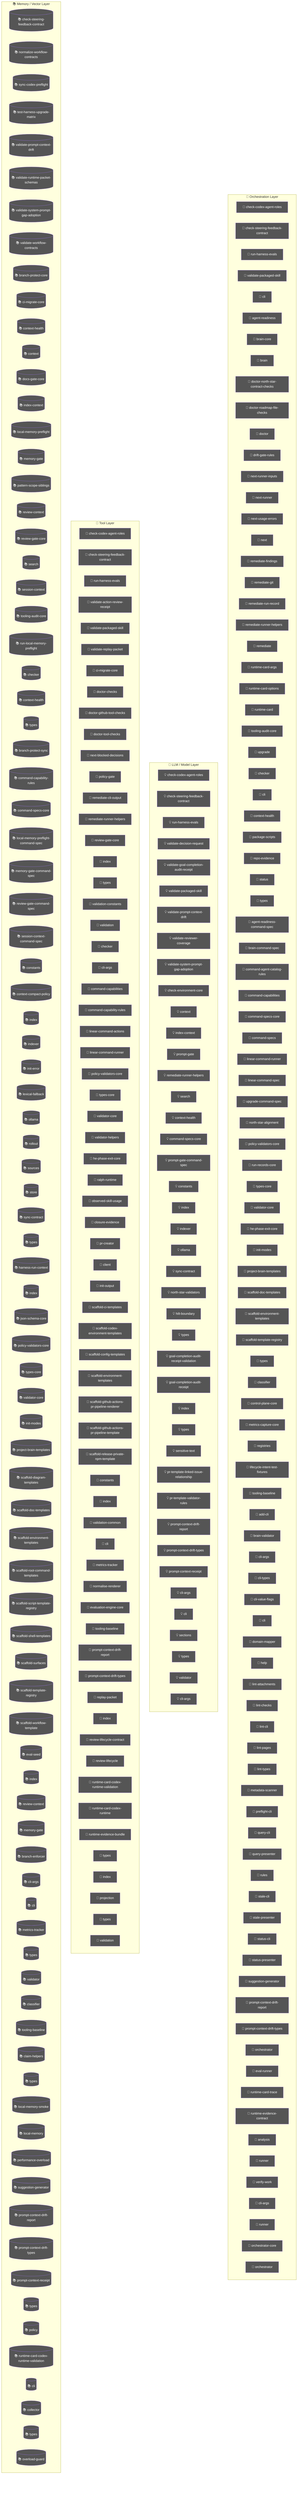
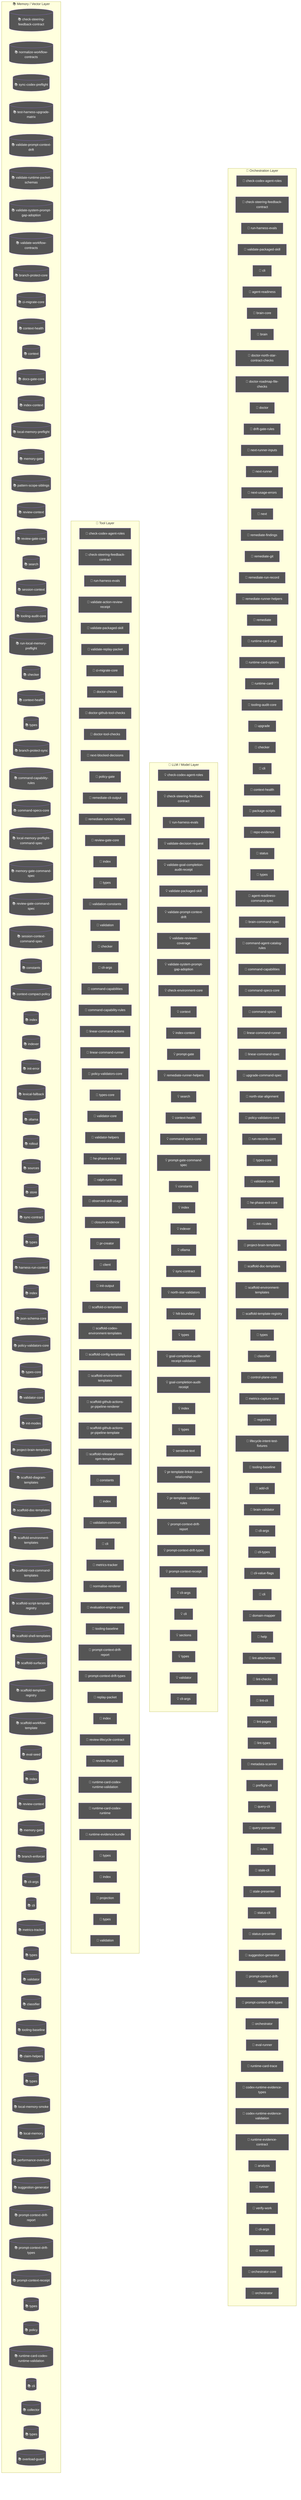
flowchart TD
  subgraph Orchestration["🎯 Orchestration Layer"]
    node_agent_mmd_orchestration_layer_orchestration_chec_7a9f0b64["🤖 check-codex-agent-roles"]
    node_agent_mmd_orchestration_layer_orchestration_chec_7fd47f5c["🤖 check-steering-feedback-contract"]
    node_agent_mmd_orchestration_layer_orchestration_run__18817957["🤖 run-harness-evals"]
    node_agent_mmd_orchestration_layer_orchestration_vali_c01b04be["🤖 validate-packaged-skill"]
    cli_99bb8840["🤖 cli"]
    agent_readiness_c82c68e6["🤖 agent-readiness"]
    brain_core_aa07c380["🤖 brain-core"]
    brain_bbbf7a64["🤖 brain"]
    doctor_north_star_contract_checks_0048124c["🤖 doctor-north-star-contract-checks"]
    doctor_roadmap_file_checks_14447b8e["🤖 doctor-roadmap-file-checks"]
    doctor_72f4be89["🤖 doctor"]
    drift_gate_rules_9685e72d["🤖 drift-gate-rules"]
    next_runner_inputs_754dba64["🤖 next-runner-inputs"]
    next_runner_41643472["🤖 next-runner"]
    next_usage_errors_837a345a["🤖 next-usage-errors"]
    next_c6c1c9a9["🤖 next"]
    remediate_findings_8b09c8c6["🤖 remediate-findings"]
    remediate_git_58c6f6f4["🤖 remediate-git"]
    remediate_run_record_9dfe5dc1["🤖 remediate-run-record"]
    node_agent_mmd_orchestration_layer_orchestration_reme_359fe98f["🤖 remediate-runner-helpers"]
    remediate_06b9c7fc["🤖 remediate"]
    runtime_card_args_2b3d4b28["🤖 runtime-card-args"]
    runtime_card_options_c9156ad5["🤖 runtime-card-options"]
    runtime_card_e06b53e1["🤖 runtime-card"]
    node_agent_mmd_orchestration_layer_orchestration_tool_acfe0c01["🤖 tooling-audit-core"]
    upgrade_7fef9479["🤖 upgrade"]
    node_agent_mmd_orchestration_layer_orchestration_chec_0550c395["🤖 checker"]
    cli_1_084e05fe["🤖 cli"]
    node_agent_mmd_orchestration_layer_orchestration_cont_61b3b9c9["🤖 context-health"]
    package_scripts_3ee6150f["🤖 package-scripts"]
    repo_evidence_38bb1de5["🤖 repo-evidence"]
    status_073c1634["🤖 status"]
    node_agent_mmd_orchestration_layer_orchestration_type_4f906dcc["🤖 types"]
    agent_readiness_command_spec_a30c2c1e["🤖 agent-readiness-command-spec"]
    brain_command_spec_15b122d5["🤖 brain-command-spec"]
    command_agent_catalog_rules_8e06b2af["🤖 command-agent-catalog-rules"]
    node_agent_mmd_orchestration_layer_orchestration_comm_6e41a7f7["🤖 command-capabilities"]
    node_agent_mmd_orchestration_layer_orchestration_comm_1f8cc24c["🤖 command-specs-core"]
    command_specs_69167c63["🤖 command-specs"]
    node_agent_mmd_orchestration_layer_orchestration_line_b67affd5["🤖 linear-command-runner"]
    linear_command_spec_1e12dd44["🤖 linear-command-spec"]
    upgrade_command_spec_03f6c7bd["🤖 upgrade-command-spec"]
    north_star_alignment_00440188["🤖 north-star-alignment"]
    node_agent_mmd_orchestration_layer_orchestration_poli_3270b55d["🤖 policy-validators-core"]
    run_records_core_89286dfa["🤖 run-records-core"]
    node_agent_mmd_orchestration_layer_orchestration_type_7cf81261["🤖 types-core"]
    node_agent_mmd_orchestration_layer_orchestration_vali_d9fe99e6["🤖 validator-core"]
    node_agent_mmd_orchestration_layer_orchestration_he_p_fc778c24["🤖 he-phase-exit-core"]
    node_agent_mmd_orchestration_layer_orchestration_init_2a9c3ecb["🤖 init-modes"]
    node_agent_mmd_orchestration_layer_orchestration_proj_6ab6f60f["🤖 project-brain-templates"]
    node_agent_mmd_orchestration_layer_orchestration_scaf_12cc07db["🤖 scaffold-doc-templates"]
    node_agent_mmd_orchestration_layer_orchestration_scaf_c9a90c2f["🤖 scaffold-environment-templates"]
    node_agent_mmd_orchestration_layer_orchestration_scaf_ff8f92f6["🤖 scaffold-template-registry"]
    types_16_0fae1112["🤖 types"]
    node_agent_mmd_orchestration_layer_orchestration_clas_899b821a["🤖 classifier"]
    control_plane_core_db3b4cb2["🤖 control-plane-core"]
    metrics_capture_core_db4bf7cf["🤖 metrics-capture-core"]
    registries_06402afa["🤖 registries"]
    lifecycle_intent_test_fixtures_a53c7ada["🤖 lifecycle-intent-test-fixtures"]
    node_agent_mmd_orchestration_layer_orchestration_tool_cc43149f["🤖 tooling-baseline"]
    add_cli_7614de25["🤖 add-cli"]
    brain_validator_be251832["🤖 brain-validator"]
    cli_args_8_d546936e["🤖 cli-args"]
    cli_types_1686e858["🤖 cli-types"]
    cli_value_flags_732a8e43["🤖 cli-value-flags"]
    cli_9_b54c1407["🤖 cli"]
    domain_mapper_cd9333d2["🤖 domain-mapper"]
    help_106a5842["🤖 help"]
    lint_attachments_873c0632["🤖 lint-attachments"]
    lint_checks_83522b19["🤖 lint-checks"]
    lint_cli_9ec62ec0["🤖 lint-cli"]
    lint_pages_e33301d0["🤖 lint-pages"]
    lint_types_2862c255["🤖 lint-types"]
    metadata_scanner_6a101b66["🤖 metadata-scanner"]
    preflight_cli_5d148379["🤖 preflight-cli"]
    query_cli_b95be64d["🤖 query-cli"]
    query_presenter_02e6077c["🤖 query-presenter"]
    rules_6c621d1a["🤖 rules"]
    stale_cli_64548720["🤖 stale-cli"]
    stale_presenter_1de4e3a2["🤖 stale-presenter"]
    status_cli_4c24a0d6["🤖 status-cli"]
    status_presenter_8de686c1["🤖 status-presenter"]
    node_agent_mmd_orchestration_layer_orchestration_sugg_85c5ebe3["🤖 suggestion-generator"]
    node_agent_mmd_orchestration_layer_orchestration_prom_d17b4de2["🤖 prompt-context-drift-report"]
    node_agent_mmd_orchestration_layer_orchestration_prom_77088997["🤖 prompt-context-drift-types"]
    orchestrator_11376b7e["🤖 orchestrator"]
    eval_runner_0966a6b3["🤖 eval-runner"]
    runtime_card_trace_64a5ca95["🤖 runtime-card-trace"]
+     codex_runtime_evidence_types_f55808dd["🤖 codex-runtime-evidence-types"]
+     codex_runtime_evidence_validation_d060a92d["🤖 codex-runtime-evidence-validation"]
    runtime_evidence_contract_0f7b15b2["🤖 runtime-evidence-contract"]
    analysis_f44e85c4["🤖 analysis"]
    runner_527aa9f4["🤖 runner"]
    verify_work_1_cd8e7ec3["🤖 verify-work"]
    cli_args_14_3481043e["🤖 cli-args"]
    runner_1_6f281bf8["🤖 runner"]
    orchestrator_core_d0678b53["🤖 orchestrator-core"]
    orchestrator_1_6b7137c5["🤖 orchestrator"]
  end
  subgraph LLMLayer["🧠 LLM / Model Layer"]
    node_agent_mmd_llm_model_layer_llmlayer_check_codex_a_29e7b7fa["💡 check-codex-agent-roles"]
    node_agent_mmd_llm_model_layer_llmlayer_check_steerin_0e1bf90d["💡 check-steering-feedback-contract"]
    node_agent_mmd_llm_model_layer_llmlayer_run_harness_e_603fcfdc["💡 run-harness-evals"]
    validate_decision_request_2e5c325e["💡 validate-decision-request"]
    validate_goal_completion_audit_receipt_100d252c["💡 validate-goal-completion-audit-receipt"]
    node_agent_mmd_llm_model_layer_llmlayer_validate_pack_2a12e1f4["💡 validate-packaged-skill"]
    node_agent_mmd_llm_model_layer_llmlayer_validate_prom_9880f764["💡 validate-prompt-context-drift"]
    validate_reviewer_coverage_251efee3["💡 validate-reviewer-coverage"]
    node_agent_mmd_llm_model_layer_llmlayer_validate_syst_5636156e["💡 validate-system-prompt-gap-adoption"]
    check_environment_core_2c16213f["💡 check-environment-core"]
    node_agent_mmd_llm_model_layer_llmlayer_context_conte_ad2dfbd9["💡 context"]
    node_agent_mmd_llm_model_layer_llmlayer_index_context_1041bd11["💡 index-context"]
    prompt_gate_c5e9d207["💡 prompt-gate"]
    node_agent_mmd_llm_model_layer_llmlayer_remediate_run_9e3d4585["💡 remediate-runner-helpers"]
    node_agent_mmd_llm_model_layer_llmlayer_search_search_66b9a911["💡 search"]
    node_agent_mmd_llm_model_layer_llmlayer_context_healt_cfc0bfa8["💡 context-health"]
    node_agent_mmd_llm_model_layer_llmlayer_command_specs_782af9fa["💡 command-specs-core"]
    prompt_gate_command_spec_9a941482["💡 prompt-gate-command-spec"]
    node_agent_mmd_llm_model_layer_llmlayer_constants_con_c9bd3f6c["💡 constants"]
    node_agent_mmd_llm_model_layer_llmlayer_index_index_1_02e160ff["💡 index"]
    node_agent_mmd_llm_model_layer_llmlayer_indexer_index_4f4deef5["💡 indexer"]
    node_agent_mmd_llm_model_layer_llmlayer_ollama_ollama_968b23fa["💡 ollama"]
    node_agent_mmd_llm_model_layer_llmlayer_sync_contract_9f3cc8c1["💡 sync-contract"]
    north_star_validators_cfc926ce["💡 north-star-validators"]
    hilt_boundary_9b36fb15["💡 hilt-boundary"]
    types_10_75e5a4a0["💡 types"]
    goal_completion_audit_receipt_validation_9d0f4891["💡 goal-completion-audit-receipt-validation"]
    goal_completion_audit_receipt_5e4939c3["💡 goal-completion-audit-receipt"]
    index_5_522f772a["💡 index"]
    node_agent_mmd_llm_model_layer_llmlayer_constants_con_c9bd3f6c["💡 constants"]
    types_17_ed30531c["💡 types"]
    sensitive_text_7c11f760["💡 sensitive-text"]
    pr_template_linked_issue_relationship_a7b61f2c["💡 pr-template-linked-issue-relationship"]
    pr_template_validator_rules_20a32d6b["💡 pr-template-validator-rules"]
    node_agent_mmd_llm_model_layer_llmlayer_index_index_1_02e160ff["💡 index"]
    node_agent_mmd_llm_model_layer_llmlayer_prompt_contex_81f9066a["💡 prompt-context-drift-report"]
    node_agent_mmd_llm_model_layer_llmlayer_prompt_contex_e5066b88["💡 prompt-context-drift-types"]
    node_agent_mmd_llm_model_layer_llmlayer_index_index_1_02e160ff["💡 index"]
    node_agent_mmd_llm_model_layer_llmlayer_prompt_contex_6426acc2["💡 prompt-context-receipt"]
    cli_args_9_9c136878["💡 cli-args"]
    cli_10_35dc8cbd["💡 cli"]
    sections_4697ef32["💡 sections"]
    types_27_4d134744["💡 types"]
    validator_7_f836eb0e["💡 validator"]
    cli_args_10_861cdd3f["💡 cli-args"]
  end
  subgraph ToolLayer["🔧 Tool Layer"]
    node_agent_mmd_tool_layer_toollayer_check_codex_agent_4b361d5a["🔧 check-codex-agent-roles"]
    node_agent_mmd_tool_layer_toollayer_check_steering_fe_eafecf3a["🔧 check-steering-feedback-contract"]
    node_agent_mmd_tool_layer_toollayer_run_harness_evals_e2ee24f1["🔧 run-harness-evals"]
    validate_action_review_receipt_fa2f06c3["🔧 validate-action-review-receipt"]
    node_agent_mmd_tool_layer_toollayer_validate_packaged_2855c827["🔧 validate-packaged-skill"]
    validate_replay_packet_f309747e["🔧 validate-replay-packet"]
    node_agent_mmd_tool_layer_toollayer_ci_migrate_core_c_049f8460["🔧 ci-migrate-core"]
    doctor_checks_5a2eb2b9["🔧 doctor-checks"]
    doctor_github_tool_checks_a53b0382["🔧 doctor-github-tool-checks"]
    doctor_tool_checks_4acac51a["🔧 doctor-tool-checks"]
    next_blocked_decisions_4140ad2b["🔧 next-blocked-decisions"]
    policy_gate_213f7313["🔧 policy-gate"]
    remediate_cli_output_cc165396["🔧 remediate-cli-output"]
    node_agent_mmd_tool_layer_toollayer_remediate_runner__c003b871["🔧 remediate-runner-helpers"]
    node_agent_mmd_tool_layer_toollayer_review_gate_core__7704598b["🔧 review-gate-core"]
    index_1bc04b52["🔧 index"]
    types_1_4ecdf56e["🔧 types"]
    validation_constants_e002a0f6["🔧 validation-constants"]
    validation_98c41dcd["🔧 validation"]
    node_agent_mmd_tool_layer_toollayer_checker_checker_2_453d593b["🔧 checker"]
    cli_args_1_6144b055["🔧 cli-args"]
    node_agent_mmd_tool_layer_toollayer_command_capabilit_7fe13db1["🔧 command-capabilities"]
    node_agent_mmd_tool_layer_toollayer_command_capabilit_e97a4615["🔧 command-capability-rules"]
    linear_command_actions_e430f4f4["🔧 linear-command-actions"]
    node_agent_mmd_tool_layer_toollayer_linear_command_ru_d6763748["🔧 linear-command-runner"]
    node_agent_mmd_tool_layer_toollayer_policy_validators_af136abf["🔧 policy-validators-core"]
    node_agent_mmd_tool_layer_toollayer_types_core_types__6c8319b6["🔧 types-core"]
    node_agent_mmd_tool_layer_toollayer_validator_core_va_6ef6131f["🔧 validator-core"]
    validator_helpers_7b927667["🔧 validator-helpers"]
    node_agent_mmd_tool_layer_toollayer_he_phase_exit_cor_af016160["🔧 he-phase-exit-core"]
    ralph_runtime_73d63c0e["🔧 ralph-runtime"]
    observed_skill_usage_ed7d5930["🔧 observed-skill-usage"]
    closure_evidence_aaa31467["🔧 closure-evidence"]
    pr_creator_dc6b1ea4["🔧 pr-creator"]
    client_948fe603["🔧 client"]
    init_output_360dce91["🔧 init-output"]
    scaffold_ci_templates_2afd6392["🔧 scaffold-ci-templates"]
    scaffold_codex_environment_templates_334fbbed["🔧 scaffold-codex-environment-templates"]
    scaffold_config_templates_4b80ce53["🔧 scaffold-config-templates"]
    node_agent_mmd_tool_layer_toollayer_scaffold_environm_c1afc013["🔧 scaffold-environment-templates"]
    scaffold_github_actions_pr_pipeline_renderer_1ee18de5["🔧 scaffold-github-actions-pr-pipeline-renderer"]
    scaffold_github_actions_pr_pipeline_template_e2b85f62["🔧 scaffold-github-actions-pr-pipeline-template"]
    scaffold_release_private_npm_template_075499f8["🔧 scaffold-release-private-npm-template"]
    node_agent_mmd_tool_layer_toollayer_constants_constan_9d71b829["🔧 constants"]
    index_9_32dd4d91["🔧 index"]
    validation_common_6161e48b["🔧 validation-common"]
    node_agent_mmd_tool_layer_toollayer_cli_cli_2_1_32d9eeaf["🔧 cli"]
    node_agent_mmd_tool_layer_toollayer_metrics_tracker_m_4c9237d8["🔧 metrics-tracker"]
    normalise_renderer_85f2e563["🔧 normalise-renderer"]
    evaluation_engine_core_e054fe49["🔧 evaluation-engine-core"]
    node_agent_mmd_tool_layer_toollayer_tooling_baseline__61e66e9f["🔧 tooling-baseline"]
    node_agent_mmd_tool_layer_toollayer_prompt_context_dr_a2772f2b["🔧 prompt-context-drift-report"]
    node_agent_mmd_tool_layer_toollayer_prompt_context_dr_bd82da46["🔧 prompt-context-drift-types"]
    replay_packet_a1293f88["🔧 replay-packet"]
    index_14_d982116c["🔧 index"]
    review_lifecycle_contract_e5447221["🔧 review-lifecycle-contract"]
    review_lifecycle_89afa64c["🔧 review-lifecycle"]
    node_agent_mmd_tool_layer_toollayer_runtime_card_code_3636ceac["🔧 runtime-card-codex-runtime-validation"]
    runtime_card_codex_runtime_0655e230["🔧 runtime-card-codex-runtime"]
    runtime_evidence_bundle_d471a232["🔧 runtime-evidence-bundle"]
    types_36_674380ec["🔧 types"]
    index_17_642943a2["🔧 index"]
    projection_1b250ea1["🔧 projection"]
    types_38_e8efcd57["🔧 types"]
    validation_7_c4e6d8b6["🔧 validation"]
  end
  subgraph MemoryLayer["📚 Memory / Vector Layer"]
    node_agent_mmd_memory_vector_layer_memorylayer_check__64c86928[("📚 check-steering-feedback-contract")]
    normalize_workflow_contracts_8701f1c8[("📚 normalize-workflow-contracts")]
    sync_codex_preflight_7e7a8dc2[("📚 sync-codex-preflight")]
    test_harness_upgrade_matrix_84113c4e[("📚 test-harness-upgrade-matrix")]
    node_agent_mmd_memory_vector_layer_memorylayer_valida_c52c4db8[("📚 validate-prompt-context-drift")]
    validate_runtime_packet_schemas_bc3ba8ec[("📚 validate-runtime-packet-schemas")]
    node_agent_mmd_memory_vector_layer_memorylayer_valida_db599a97[("📚 validate-system-prompt-gap-adoption")]
    validate_workflow_contracts_33dc063c[("📚 validate-workflow-contracts")]
    branch_protect_core_a8feb0fd[("📚 branch-protect-core")]
    node_agent_mmd_memory_vector_layer_memorylayer_ci_mig_0cd5b1a4[("📚 ci-migrate-core")]
    context_health_80bb7da9[("📚 context-health")]
    node_agent_mmd_memory_vector_layer_memorylayer_contex_78ceaaa9[("📚 context")]
    docs_gate_core_eb9b6c18[("📚 docs-gate-core")]
    node_agent_mmd_memory_vector_layer_memorylayer_index__6f3402d0[("📚 index-context")]
    local_memory_preflight_dcc36c42[("📚 local-memory-preflight")]
    memory_gate_a577a506[("📚 memory-gate")]
    pattern_scope_siblings_43abe000[("📚 pattern-scope-siblings")]
    review_context_ca6cf81d[("📚 review-context")]
    node_agent_mmd_memory_vector_layer_memorylayer_review_5bee9816[("📚 review-gate-core")]
    node_agent_mmd_memory_vector_layer_memorylayer_search_ac35cb7e[("📚 search")]
    session_context_e5ec72c0[("📚 session-context")]
    node_agent_mmd_memory_vector_layer_memorylayer_toolin_a1185b8f[("📚 tooling-audit-core")]
    run_local_memory_preflight_36e92808[("📚 run-local-memory-preflight")]
    node_agent_mmd_memory_vector_layer_memorylayer_checke_a583eb4f[("📚 checker")]
    node_agent_mmd_memory_vector_layer_memorylayer_contex_3204aa0e[("📚 context-health")]
    node_agent_mmd_memory_vector_layer_memorylayer_types__9ad640a0[("📚 types")]
    branch_protect_sync_570adb18[("📚 branch-protect-sync")]
    node_agent_mmd_memory_vector_layer_memorylayer_comman_c72a5d05[("📚 command-capability-rules")]
    node_agent_mmd_memory_vector_layer_memorylayer_comman_111eb454[("📚 command-specs-core")]
    local_memory_preflight_command_spec_9e23f3ce[("📚 local-memory-preflight-command-spec")]
    memory_gate_command_spec_dc9001a9[("📚 memory-gate-command-spec")]
    review_gate_command_spec_3187376a[("📚 review-gate-command-spec")]
    session_context_command_spec_973afbb1[("📚 session-context-command-spec")]
    node_agent_mmd_memory_vector_layer_memorylayer_consta_702d3f46[("📚 constants")]
    context_compact_policy_3dcaf95d[("📚 context-compact-policy")]
    node_agent_mmd_memory_vector_layer_memorylayer_index__752bc61e[("📚 index")]
    node_agent_mmd_memory_vector_layer_memorylayer_indexe_93e6d86f[("📚 indexer")]
    init_error_5c7dd49f[("📚 init-error")]
    lexical_fallback_723e2b3e[("📚 lexical-fallback")]
    node_agent_mmd_memory_vector_layer_memorylayer_ollama_6d51be16[("📚 ollama")]
    rollout_a4fa034c[("📚 rollout")]
    sources_878a52fc[("📚 sources")]
    store_824d80d7[("📚 store")]
    node_agent_mmd_memory_vector_layer_memorylayer_sync_c_e43418bc[("📚 sync-contract")]
    types_8_f6283648[("📚 types")]
    harness_run_context_ac7c77a9[("📚 harness-run-context")]
    index_4_013aa0e3[("📚 index")]
    json_schema_core_96d7e328[("📚 json-schema-core")]
    node_agent_mmd_memory_vector_layer_memorylayer_policy_1944de42[("📚 policy-validators-core")]
    node_agent_mmd_memory_vector_layer_memorylayer_types__83f369fa[("📚 types-core")]
    node_agent_mmd_memory_vector_layer_memorylayer_valida_41034356[("📚 validator-core")]
    node_agent_mmd_memory_vector_layer_memorylayer_init_m_333d02c5[("📚 init-modes")]
    node_agent_mmd_memory_vector_layer_memorylayer_projec_3ae304d9[("📚 project-brain-templates")]
    scaffold_diagram_templates_dd88e83c[("📚 scaffold-diagram-templates")]
    node_agent_mmd_memory_vector_layer_memorylayer_scaffo_5fd73b94[("📚 scaffold-doc-templates")]
    node_agent_mmd_memory_vector_layer_memorylayer_scaffo_12b42341[("📚 scaffold-environment-templates")]
    scaffold_root_command_templates_404fed7f[("📚 scaffold-root-command-templates")]
    scaffold_script_template_registry_69312d4e[("📚 scaffold-script-template-registry")]
    scaffold_shell_templates_0ad0f915[("📚 scaffold-shell-templates")]
    scaffold_surfaces_12d6494e[("📚 scaffold-surfaces")]
    node_agent_mmd_memory_vector_layer_memorylayer_scaffo_a86eece1[("📚 scaffold-template-registry")]
    scaffold_workflow_template_92310587[("📚 scaffold-workflow-template")]
    eval_seed_5699fd3e[("📚 eval-seed")]
    index_10_f6785a46[("📚 index")]
    review_context_1_e3afed15[("📚 review-context")]
    memory_gate_1_265164ac[("📚 memory-gate")]
    branch_enforcer_acb749cd[("📚 branch-enforcer")]
    cli_args_5_09ea29f0[("📚 cli-args")]
    node_agent_mmd_memory_vector_layer_memorylayer_cli_cl_1f1f89ab[("📚 cli")]
    node_agent_mmd_memory_vector_layer_memorylayer_metric_12562178[("📚 metrics-tracker")]
    types_19_eb4ad5f0[("📚 types")]
    validator_5_b19ac2be[("📚 validator")]
    node_agent_mmd_memory_vector_layer_memorylayer_classi_1ebbf5ff[("📚 classifier")]
    node_agent_mmd_memory_vector_layer_memorylayer_toolin_14f86b00[("📚 tooling-baseline")]
    claim_helpers_20dc8387[("📚 claim-helpers")]
    types_24_c63dc1a7[("📚 types")]
    local_memory_smoke_1175abfc[("📚 local-memory-smoke")]
    local_memory_0db17ecc[("📚 local-memory")]
    performance_overload_c685bfcf[("📚 performance-overload")]
    node_agent_mmd_memory_vector_layer_memorylayer_sugges_267f408d[("📚 suggestion-generator")]
    node_agent_mmd_memory_vector_layer_memorylayer_index__752bc61e[("📚 index")]
    node_agent_mmd_memory_vector_layer_memorylayer_prompt_ae34fc43[("📚 prompt-context-drift-report")]
    node_agent_mmd_memory_vector_layer_memorylayer_prompt_efd77624[("📚 prompt-context-drift-types")]
    node_agent_mmd_memory_vector_layer_memorylayer_index__752bc61e[("📚 index")]
    node_agent_mmd_memory_vector_layer_memorylayer_prompt_55c0d605[("📚 prompt-context-receipt")]
    types_31_eb363e20[("📚 types")]
    policy_1_fc4198db[("📚 policy")]
    node_agent_mmd_memory_vector_layer_memorylayer_runtim_a5d23e7f[("📚 runtime-card-codex-runtime-validation")]
    cli_11_338a8415[("📚 cli")]
    collector_0736fd5b[("📚 collector")]
    types_34_85e6a0bb[("📚 types")]
    overload_guard_2748c559[("📚 overload-guard")]
  end
  classDef agentNode fill:#555,color:#fff
-   class node_agent_mmd_orchestration_layer_orchestration_chec_7a9f0b64,node_agent_mmd_llm_model_layer_llmlayer_check_codex_a_29e7b7fa,node_agent_mmd_tool_layer_toollayer_check_codex_agent_4b361d5a,node_agent_mmd_orchestration_layer_orchestration_chec_7fd47f5c,node_agent_mmd_llm_model_layer_llmlayer_check_steerin_0e1bf90d,node_agent_mmd_tool_layer_toollayer_check_steering_fe_eafecf3a,node_agent_mmd_memory_vector_layer_memorylayer_check__64c86928,node_agent_mmd_orchestration_layer_orchestration_run__18817957,node_agent_mmd_llm_model_layer_llmlayer_run_harness_e_603fcfdc,node_agent_mmd_tool_layer_toollayer_run_harness_evals_e2ee24f1,node_agent_mmd_orchestration_layer_orchestration_vali_c01b04be,node_agent_mmd_llm_model_layer_llmlayer_validate_pack_2a12e1f4,node_agent_mmd_tool_layer_toollayer_validate_packaged_2855c827,cli_99bb8840,agent_readiness_c82c68e6,brain_core_aa07c380,brain_bbbf7a64,doctor_north_star_contract_checks_0048124c,doctor_roadmap_file_checks_14447b8e,doctor_72f4be89,drift_gate_rules_9685e72d,next_runner_inputs_754dba64,next_runner_41643472,next_usage_errors_837a345a,next_c6c1c9a9,remediate_findings_8b09c8c6,remediate_git_58c6f6f4,remediate_run_record_9dfe5dc1,node_agent_mmd_orchestration_layer_orchestration_reme_359fe98f,node_agent_mmd_llm_model_layer_llmlayer_remediate_run_9e3d4585,node_agent_mmd_tool_layer_toollayer_remediate_runner__c003b871,remediate_06b9c7fc,runtime_card_args_2b3d4b28,runtime_card_options_c9156ad5,runtime_card_e06b53e1,node_agent_mmd_orchestration_layer_orchestration_tool_acfe0c01,node_agent_mmd_memory_vector_layer_memorylayer_toolin_a1185b8f,upgrade_7fef9479,node_agent_mmd_orchestration_layer_orchestration_chec_0550c395,node_agent_mmd_tool_layer_toollayer_checker_checker_2_453d593b,node_agent_mmd_memory_vector_layer_memorylayer_checke_a583eb4f,cli_1_084e05fe,node_agent_mmd_orchestration_layer_orchestration_cont_61b3b9c9,node_agent_mmd_llm_model_layer_llmlayer_context_healt_cfc0bfa8,node_agent_mmd_memory_vector_layer_memorylayer_contex_3204aa0e,package_scripts_3ee6150f,repo_evidence_38bb1de5,status_073c1634,node_agent_mmd_orchestration_layer_orchestration_type_4f906dcc,node_agent_mmd_memory_vector_layer_memorylayer_types__9ad640a0,agent_readiness_command_spec_a30c2c1e,brain_command_spec_15b122d5,command_agent_catalog_rules_8e06b2af,node_agent_mmd_orchestration_layer_orchestration_comm_6e41a7f7,node_agent_mmd_tool_layer_toollayer_command_capabilit_7fe13db1,node_agent_mmd_orchestration_layer_orchestration_comm_1f8cc24c,node_agent_mmd_llm_model_layer_llmlayer_command_specs_782af9fa,node_agent_mmd_memory_vector_layer_memorylayer_comman_111eb454,command_specs_69167c63,node_agent_mmd_orchestration_layer_orchestration_line_b67affd5,node_agent_mmd_tool_layer_toollayer_linear_command_ru_d6763748,linear_command_spec_1e12dd44,upgrade_command_spec_03f6c7bd,north_star_alignment_00440188,node_agent_mmd_orchestration_layer_orchestration_poli_3270b55d,node_agent_mmd_tool_layer_toollayer_policy_validators_af136abf,node_agent_mmd_memory_vector_layer_memorylayer_policy_1944de42,run_records_core_89286dfa,node_agent_mmd_orchestration_layer_orchestration_type_7cf81261,node_agent_mmd_tool_layer_toollayer_types_core_types__6c8319b6,node_agent_mmd_memory_vector_layer_memorylayer_types__83f369fa,node_agent_mmd_orchestration_layer_orchestration_vali_d9fe99e6,node_agent_mmd_tool_layer_toollayer_validator_core_va_6ef6131f,node_agent_mmd_memory_vector_layer_memorylayer_valida_41034356,node_agent_mmd_orchestration_layer_orchestration_he_p_fc778c24,node_agent_mmd_tool_layer_toollayer_he_phase_exit_cor_af016160,node_agent_mmd_orchestration_layer_orchestration_init_2a9c3ecb,node_agent_mmd_memory_vector_layer_memorylayer_init_m_333d02c5,node_agent_mmd_orchestration_layer_orchestration_proj_6ab6f60f,node_agent_mmd_memory_vector_layer_memorylayer_projec_3ae304d9,node_agent_mmd_orchestration_layer_orchestration_scaf_12cc07db,node_agent_mmd_memory_vector_layer_memorylayer_scaffo_5fd73b94,node_agent_mmd_orchestration_layer_orchestration_scaf_c9a90c2f,node_agent_mmd_tool_layer_toollayer_scaffold_environm_c1afc013,node_agent_mmd_memory_vector_layer_memorylayer_scaffo_12b42341,node_agent_mmd_orchestration_layer_orchestration_scaf_ff8f92f6,node_agent_mmd_memory_vector_layer_memorylayer_scaffo_a86eece1,types_16_0fae1112,node_agent_mmd_orchestration_layer_orchestration_clas_899b821a,node_agent_mmd_memory_vector_layer_memorylayer_classi_1ebbf5ff,control_plane_core_db3b4cb2,metrics_capture_core_db4bf7cf,registries_06402afa,lifecycle_intent_test_fixtures_a53c7ada,node_agent_mmd_orchestration_layer_orchestration_tool_cc43149f,node_agent_mmd_tool_layer_toollayer_tooling_baseline__61e66e9f,node_agent_mmd_memory_vector_layer_memorylayer_toolin_14f86b00,add_cli_7614de25,brain_validator_be251832,cli_args_8_d546936e,cli_types_1686e858,cli_value_flags_732a8e43,cli_9_b54c1407,domain_mapper_cd9333d2,help_106a5842,lint_attachments_873c0632,lint_checks_83522b19,lint_cli_9ec62ec0,lint_pages_e33301d0,lint_types_2862c255,metadata_scanner_6a101b66,preflight_cli_5d148379,query_cli_b95be64d,query_presenter_02e6077c,rules_6c621d1a,stale_cli_64548720,stale_presenter_1de4e3a2,status_cli_4c24a0d6,status_presenter_8de686c1,node_agent_mmd_orchestration_layer_orchestration_sugg_85c5ebe3,node_agent_mmd_memory_vector_layer_memorylayer_sugges_267f408d,node_agent_mmd_orchestration_layer_orchestration_prom_d17b4de2,node_agent_mmd_llm_model_layer_llmlayer_prompt_contex_81f9066a,node_agent_mmd_tool_layer_toollayer_prompt_context_dr_a2772f2b,node_agent_mmd_memory_vector_layer_memorylayer_prompt_ae34fc43,node_agent_mmd_orchestration_layer_orchestration_prom_77088997,node_agent_mmd_llm_model_layer_llmlayer_prompt_contex_e5066b88,node_agent_mmd_tool_layer_toollayer_prompt_context_dr_bd82da46,node_agent_mmd_memory_vector_layer_memorylayer_prompt_efd77624,orchestrator_11376b7e,eval_runner_0966a6b3,runtime_card_trace_64a5ca95,runtime_evidence_contract_0f7b15b2,analysis_f44e85c4,runner_527aa9f4,verify_work_1_cd8e7ec3,cli_args_14_3481043e,runner_1_6f281bf8,orchestrator_core_d0678b53,orchestrator_1_6b7137c5 agentNode
+   class node_agent_mmd_orchestration_layer_orchestration_chec_7a9f0b64,node_agent_mmd_llm_model_layer_llmlayer_check_codex_a_29e7b7fa,node_agent_mmd_tool_layer_toollayer_check_codex_agent_4b361d5a,node_agent_mmd_orchestration_layer_orchestration_chec_7fd47f5c,node_agent_mmd_llm_model_layer_llmlayer_check_steerin_0e1bf90d,node_agent_mmd_tool_layer_toollayer_check_steering_fe_eafecf3a,node_agent_mmd_memory_vector_layer_memorylayer_check__64c86928,node_agent_mmd_orchestration_layer_orchestration_run__18817957,node_agent_mmd_llm_model_layer_llmlayer_run_harness_e_603fcfdc,node_agent_mmd_tool_layer_toollayer_run_harness_evals_e2ee24f1,node_agent_mmd_orchestration_layer_orchestration_vali_c01b04be,node_agent_mmd_llm_model_layer_llmlayer_validate_pack_2a12e1f4,node_agent_mmd_tool_layer_toollayer_validate_packaged_2855c827,cli_99bb8840,agent_readiness_c82c68e6,brain_core_aa07c380,brain_bbbf7a64,doctor_north_star_contract_checks_0048124c,doctor_roadmap_file_checks_14447b8e,doctor_72f4be89,drift_gate_rules_9685e72d,next_runner_inputs_754dba64,next_runner_41643472,next_usage_errors_837a345a,next_c6c1c9a9,remediate_findings_8b09c8c6,remediate_git_58c6f6f4,remediate_run_record_9dfe5dc1,node_agent_mmd_orchestration_layer_orchestration_reme_359fe98f,node_agent_mmd_llm_model_layer_llmlayer_remediate_run_9e3d4585,node_agent_mmd_tool_layer_toollayer_remediate_runner__c003b871,remediate_06b9c7fc,runtime_card_args_2b3d4b28,runtime_card_options_c9156ad5,runtime_card_e06b53e1,node_agent_mmd_orchestration_layer_orchestration_tool_acfe0c01,node_agent_mmd_memory_vector_layer_memorylayer_toolin_a1185b8f,upgrade_7fef9479,node_agent_mmd_orchestration_layer_orchestration_chec_0550c395,node_agent_mmd_tool_layer_toollayer_checker_checker_2_453d593b,node_agent_mmd_memory_vector_layer_memorylayer_checke_a583eb4f,cli_1_084e05fe,node_agent_mmd_orchestration_layer_orchestration_cont_61b3b9c9,node_agent_mmd_llm_model_layer_llmlayer_context_healt_cfc0bfa8,node_agent_mmd_memory_vector_layer_memorylayer_contex_3204aa0e,package_scripts_3ee6150f,repo_evidence_38bb1de5,status_073c1634,node_agent_mmd_orchestration_layer_orchestration_type_4f906dcc,node_agent_mmd_memory_vector_layer_memorylayer_types__9ad640a0,agent_readiness_command_spec_a30c2c1e,brain_command_spec_15b122d5,command_agent_catalog_rules_8e06b2af,node_agent_mmd_orchestration_layer_orchestration_comm_6e41a7f7,node_agent_mmd_tool_layer_toollayer_command_capabilit_7fe13db1,node_agent_mmd_orchestration_layer_orchestration_comm_1f8cc24c,node_agent_mmd_llm_model_layer_llmlayer_command_specs_782af9fa,node_agent_mmd_memory_vector_layer_memorylayer_comman_111eb454,command_specs_69167c63,node_agent_mmd_orchestration_layer_orchestration_line_b67affd5,node_agent_mmd_tool_layer_toollayer_linear_command_ru_d6763748,linear_command_spec_1e12dd44,upgrade_command_spec_03f6c7bd,north_star_alignment_00440188,node_agent_mmd_orchestration_layer_orchestration_poli_3270b55d,node_agent_mmd_tool_layer_toollayer_policy_validators_af136abf,node_agent_mmd_memory_vector_layer_memorylayer_policy_1944de42,run_records_core_89286dfa,node_agent_mmd_orchestration_layer_orchestration_type_7cf81261,node_agent_mmd_tool_layer_toollayer_types_core_types__6c8319b6,node_agent_mmd_memory_vector_layer_memorylayer_types__83f369fa,node_agent_mmd_orchestration_layer_orchestration_vali_d9fe99e6,node_agent_mmd_tool_layer_toollayer_validator_core_va_6ef6131f,node_agent_mmd_memory_vector_layer_memorylayer_valida_41034356,node_agent_mmd_orchestration_layer_orchestration_he_p_fc778c24,node_agent_mmd_tool_layer_toollayer_he_phase_exit_cor_af016160,node_agent_mmd_orchestration_layer_orchestration_init_2a9c3ecb,node_agent_mmd_memory_vector_layer_memorylayer_init_m_333d02c5,node_agent_mmd_orchestration_layer_orchestration_proj_6ab6f60f,node_agent_mmd_memory_vector_layer_memorylayer_projec_3ae304d9,node_agent_mmd_orchestration_layer_orchestration_scaf_12cc07db,node_agent_mmd_memory_vector_layer_memorylayer_scaffo_5fd73b94,node_agent_mmd_orchestration_layer_orchestration_scaf_c9a90c2f,node_agent_mmd_tool_layer_toollayer_scaffold_environm_c1afc013,node_agent_mmd_memory_vector_layer_memorylayer_scaffo_12b42341,node_agent_mmd_orchestration_layer_orchestration_scaf_ff8f92f6,node_agent_mmd_memory_vector_layer_memorylayer_scaffo_a86eece1,types_16_0fae1112,node_agent_mmd_orchestration_layer_orchestration_clas_899b821a,node_agent_mmd_memory_vector_layer_memorylayer_classi_1ebbf5ff,control_plane_core_db3b4cb2,metrics_capture_core_db4bf7cf,registries_06402afa,lifecycle_intent_test_fixtures_a53c7ada,node_agent_mmd_orchestration_layer_orchestration_tool_cc43149f,node_agent_mmd_tool_layer_toollayer_tooling_baseline__61e66e9f,node_agent_mmd_memory_vector_layer_memorylayer_toolin_14f86b00,add_cli_7614de25,brain_validator_be251832,cli_args_8_d546936e,cli_types_1686e858,cli_value_flags_732a8e43,cli_9_b54c1407,domain_mapper_cd9333d2,help_106a5842,lint_attachments_873c0632,lint_checks_83522b19,lint_cli_9ec62ec0,lint_pages_e33301d0,lint_types_2862c255,metadata_scanner_6a101b66,preflight_cli_5d148379,query_cli_b95be64d,query_presenter_02e6077c,rules_6c621d1a,stale_cli_64548720,stale_presenter_1de4e3a2,status_cli_4c24a0d6,status_presenter_8de686c1,node_agent_mmd_orchestration_layer_orchestration_sugg_85c5ebe3,node_agent_mmd_memory_vector_layer_memorylayer_sugges_267f408d,node_agent_mmd_orchestration_layer_orchestration_prom_d17b4de2,node_agent_mmd_llm_model_layer_llmlayer_prompt_contex_81f9066a,node_agent_mmd_tool_layer_toollayer_prompt_context_dr_a2772f2b,node_agent_mmd_memory_vector_layer_memorylayer_prompt_ae34fc43,node_agent_mmd_orchestration_layer_orchestration_prom_77088997,node_agent_mmd_llm_model_layer_llmlayer_prompt_contex_e5066b88,node_agent_mmd_tool_layer_toollayer_prompt_context_dr_bd82da46,node_agent_mmd_memory_vector_layer_memorylayer_prompt_efd77624,orchestrator_11376b7e,eval_runner_0966a6b3,runtime_card_trace_64a5ca95,codex_runtime_evidence_types_f55808dd,codex_runtime_evidence_validation_d060a92d,runtime_evidence_contract_0f7b15b2,analysis_f44e85c4,runner_527aa9f4,verify_work_1_cd8e7ec3,cli_args_14_3481043e,runner_1_6f281bf8,orchestrator_core_d0678b53,orchestrator_1_6b7137c5 agentNode
  classDef llmNode fill:#555,color:#fff
  class node_agent_mmd_orchestration_layer_orchestration_chec_7a9f0b64,node_agent_mmd_llm_model_layer_llmlayer_check_codex_a_29e7b7fa,node_agent_mmd_tool_layer_toollayer_check_codex_agent_4b361d5a,node_agent_mmd_orchestration_layer_orchestration_chec_7fd47f5c,node_agent_mmd_llm_model_layer_llmlayer_check_steerin_0e1bf90d,node_agent_mmd_tool_layer_toollayer_check_steering_fe_eafecf3a,node_agent_mmd_memory_vector_layer_memorylayer_check__64c86928,node_agent_mmd_orchestration_layer_orchestration_run__18817957,node_agent_mmd_llm_model_layer_llmlayer_run_harness_e_603fcfdc,node_agent_mmd_tool_layer_toollayer_run_harness_evals_e2ee24f1,validate_decision_request_2e5c325e,validate_goal_completion_audit_receipt_100d252c,node_agent_mmd_orchestration_layer_orchestration_vali_c01b04be,node_agent_mmd_llm_model_layer_llmlayer_validate_pack_2a12e1f4,node_agent_mmd_tool_layer_toollayer_validate_packaged_2855c827,node_agent_mmd_llm_model_layer_llmlayer_validate_prom_9880f764,node_agent_mmd_memory_vector_layer_memorylayer_valida_c52c4db8,validate_reviewer_coverage_251efee3,node_agent_mmd_llm_model_layer_llmlayer_validate_syst_5636156e,node_agent_mmd_memory_vector_layer_memorylayer_valida_db599a97,check_environment_core_2c16213f,node_agent_mmd_llm_model_layer_llmlayer_context_conte_ad2dfbd9,node_agent_mmd_memory_vector_layer_memorylayer_contex_78ceaaa9,node_agent_mmd_llm_model_layer_llmlayer_index_context_1041bd11,node_agent_mmd_memory_vector_layer_memorylayer_index__6f3402d0,prompt_gate_c5e9d207,node_agent_mmd_orchestration_layer_orchestration_reme_359fe98f,node_agent_mmd_llm_model_layer_llmlayer_remediate_run_9e3d4585,node_agent_mmd_tool_layer_toollayer_remediate_runner__c003b871,node_agent_mmd_llm_model_layer_llmlayer_search_search_66b9a911,node_agent_mmd_memory_vector_layer_memorylayer_search_ac35cb7e,node_agent_mmd_orchestration_layer_orchestration_cont_61b3b9c9,node_agent_mmd_llm_model_layer_llmlayer_context_healt_cfc0bfa8,node_agent_mmd_memory_vector_layer_memorylayer_contex_3204aa0e,node_agent_mmd_orchestration_layer_orchestration_comm_1f8cc24c,node_agent_mmd_llm_model_layer_llmlayer_command_specs_782af9fa,node_agent_mmd_memory_vector_layer_memorylayer_comman_111eb454,prompt_gate_command_spec_9a941482,node_agent_mmd_llm_model_layer_llmlayer_constants_con_c9bd3f6c,node_agent_mmd_memory_vector_layer_memorylayer_consta_702d3f46,node_agent_mmd_llm_model_layer_llmlayer_index_index_1_02e160ff,node_agent_mmd_memory_vector_layer_memorylayer_index__752bc61e,node_agent_mmd_llm_model_layer_llmlayer_indexer_index_4f4deef5,node_agent_mmd_memory_vector_layer_memorylayer_indexe_93e6d86f,node_agent_mmd_llm_model_layer_llmlayer_ollama_ollama_968b23fa,node_agent_mmd_memory_vector_layer_memorylayer_ollama_6d51be16,node_agent_mmd_llm_model_layer_llmlayer_sync_contract_9f3cc8c1,node_agent_mmd_memory_vector_layer_memorylayer_sync_c_e43418bc,north_star_validators_cfc926ce,hilt_boundary_9b36fb15,types_10_75e5a4a0,goal_completion_audit_receipt_validation_9d0f4891,goal_completion_audit_receipt_5e4939c3,index_5_522f772a,node_agent_mmd_tool_layer_toollayer_constants_constan_9d71b829,types_17_ed30531c,sensitive_text_7c11f760,pr_template_linked_issue_relationship_a7b61f2c,pr_template_validator_rules_20a32d6b,node_agent_mmd_orchestration_layer_orchestration_prom_d17b4de2,node_agent_mmd_llm_model_layer_llmlayer_prompt_contex_81f9066a,node_agent_mmd_tool_layer_toollayer_prompt_context_dr_a2772f2b,node_agent_mmd_memory_vector_layer_memorylayer_prompt_ae34fc43,node_agent_mmd_orchestration_layer_orchestration_prom_77088997,node_agent_mmd_llm_model_layer_llmlayer_prompt_contex_e5066b88,node_agent_mmd_tool_layer_toollayer_prompt_context_dr_bd82da46,node_agent_mmd_memory_vector_layer_memorylayer_prompt_efd77624,node_agent_mmd_llm_model_layer_llmlayer_prompt_contex_6426acc2,node_agent_mmd_memory_vector_layer_memorylayer_prompt_55c0d605,cli_args_9_9c136878,cli_10_35dc8cbd,sections_4697ef32,types_27_4d134744,validator_7_f836eb0e,cli_args_10_861cdd3f llmNode
  classDef toolNode fill:#555,color:#fff
  class node_agent_mmd_orchestration_layer_orchestration_chec_7a9f0b64,node_agent_mmd_llm_model_layer_llmlayer_check_codex_a_29e7b7fa,node_agent_mmd_tool_layer_toollayer_check_codex_agent_4b361d5a,node_agent_mmd_orchestration_layer_orchestration_chec_7fd47f5c,node_agent_mmd_llm_model_layer_llmlayer_check_steerin_0e1bf90d,node_agent_mmd_tool_layer_toollayer_check_steering_fe_eafecf3a,node_agent_mmd_memory_vector_layer_memorylayer_check__64c86928,node_agent_mmd_orchestration_layer_orchestration_run__18817957,node_agent_mmd_llm_model_layer_llmlayer_run_harness_e_603fcfdc,node_agent_mmd_tool_layer_toollayer_run_harness_evals_e2ee24f1,validate_action_review_receipt_fa2f06c3,node_agent_mmd_orchestration_layer_orchestration_vali_c01b04be,node_agent_mmd_llm_model_layer_llmlayer_validate_pack_2a12e1f4,node_agent_mmd_tool_layer_toollayer_validate_packaged_2855c827,validate_replay_packet_f309747e,node_agent_mmd_tool_layer_toollayer_ci_migrate_core_c_049f8460,node_agent_mmd_memory_vector_layer_memorylayer_ci_mig_0cd5b1a4,doctor_checks_5a2eb2b9,doctor_github_tool_checks_a53b0382,doctor_tool_checks_4acac51a,next_blocked_decisions_4140ad2b,policy_gate_213f7313,remediate_cli_output_cc165396,node_agent_mmd_orchestration_layer_orchestration_reme_359fe98f,node_agent_mmd_llm_model_layer_llmlayer_remediate_run_9e3d4585,node_agent_mmd_tool_layer_toollayer_remediate_runner__c003b871,node_agent_mmd_tool_layer_toollayer_review_gate_core__7704598b,node_agent_mmd_memory_vector_layer_memorylayer_review_5bee9816,index_1bc04b52,types_1_4ecdf56e,validation_constants_e002a0f6,validation_98c41dcd,node_agent_mmd_orchestration_layer_orchestration_chec_0550c395,node_agent_mmd_tool_layer_toollayer_checker_checker_2_453d593b,node_agent_mmd_memory_vector_layer_memorylayer_checke_a583eb4f,cli_args_1_6144b055,node_agent_mmd_orchestration_layer_orchestration_comm_6e41a7f7,node_agent_mmd_tool_layer_toollayer_command_capabilit_7fe13db1,node_agent_mmd_tool_layer_toollayer_command_capabilit_e97a4615,node_agent_mmd_memory_vector_layer_memorylayer_comman_c72a5d05,linear_command_actions_e430f4f4,node_agent_mmd_orchestration_layer_orchestration_line_b67affd5,node_agent_mmd_tool_layer_toollayer_linear_command_ru_d6763748,node_agent_mmd_orchestration_layer_orchestration_poli_3270b55d,node_agent_mmd_tool_layer_toollayer_policy_validators_af136abf,node_agent_mmd_memory_vector_layer_memorylayer_policy_1944de42,node_agent_mmd_orchestration_layer_orchestration_type_7cf81261,node_agent_mmd_tool_layer_toollayer_types_core_types__6c8319b6,node_agent_mmd_memory_vector_layer_memorylayer_types__83f369fa,node_agent_mmd_orchestration_layer_orchestration_vali_d9fe99e6,node_agent_mmd_tool_layer_toollayer_validator_core_va_6ef6131f,node_agent_mmd_memory_vector_layer_memorylayer_valida_41034356,validator_helpers_7b927667,node_agent_mmd_orchestration_layer_orchestration_he_p_fc778c24,node_agent_mmd_tool_layer_toollayer_he_phase_exit_cor_af016160,ralph_runtime_73d63c0e,observed_skill_usage_ed7d5930,closure_evidence_aaa31467,pr_creator_dc6b1ea4,client_948fe603,init_output_360dce91,scaffold_ci_templates_2afd6392,scaffold_codex_environment_templates_334fbbed,scaffold_config_templates_4b80ce53,node_agent_mmd_orchestration_layer_orchestration_scaf_c9a90c2f,node_agent_mmd_tool_layer_toollayer_scaffold_environm_c1afc013,node_agent_mmd_memory_vector_layer_memorylayer_scaffo_12b42341,scaffold_github_actions_pr_pipeline_renderer_1ee18de5,scaffold_github_actions_pr_pipeline_template_e2b85f62,scaffold_release_private_npm_template_075499f8,node_agent_mmd_llm_model_layer_llmlayer_constants_con_c9bd3f6c,node_agent_mmd_tool_layer_toollayer_constants_constan_9d71b829,index_9_32dd4d91,validation_common_6161e48b,node_agent_mmd_tool_layer_toollayer_cli_cli_2_1_32d9eeaf,node_agent_mmd_memory_vector_layer_memorylayer_cli_cl_1f1f89ab,node_agent_mmd_tool_layer_toollayer_metrics_tracker_m_4c9237d8,node_agent_mmd_memory_vector_layer_memorylayer_metric_12562178,normalise_renderer_85f2e563,evaluation_engine_core_e054fe49,node_agent_mmd_orchestration_layer_orchestration_tool_cc43149f,node_agent_mmd_tool_layer_toollayer_tooling_baseline__61e66e9f,node_agent_mmd_memory_vector_layer_memorylayer_toolin_14f86b00,node_agent_mmd_orchestration_layer_orchestration_prom_d17b4de2,node_agent_mmd_llm_model_layer_llmlayer_prompt_contex_81f9066a,node_agent_mmd_tool_layer_toollayer_prompt_context_dr_a2772f2b,node_agent_mmd_memory_vector_layer_memorylayer_prompt_ae34fc43,node_agent_mmd_orchestration_layer_orchestration_prom_77088997,node_agent_mmd_llm_model_layer_llmlayer_prompt_contex_e5066b88,node_agent_mmd_tool_layer_toollayer_prompt_context_dr_bd82da46,node_agent_mmd_memory_vector_layer_memorylayer_prompt_efd77624,replay_packet_a1293f88,index_14_d982116c,review_lifecycle_contract_e5447221,review_lifecycle_89afa64c,node_agent_mmd_tool_layer_toollayer_runtime_card_code_3636ceac,node_agent_mmd_memory_vector_layer_memorylayer_runtim_a5d23e7f,runtime_card_codex_runtime_0655e230,runtime_evidence_bundle_d471a232,types_36_674380ec,index_17_642943a2,projection_1b250ea1,types_38_e8efcd57,validation_7_c4e6d8b6 toolNode
  classDef memNode fill:#555,color:#fff
  class node_agent_mmd_orchestration_layer_orchestration_chec_7fd47f5c,node_agent_mmd_llm_model_layer_llmlayer_check_steerin_0e1bf90d,node_agent_mmd_tool_layer_toollayer_check_steering_fe_eafecf3a,node_agent_mmd_memory_vector_layer_memorylayer_check__64c86928,normalize_workflow_contracts_8701f1c8,sync_codex_preflight_7e7a8dc2,test_harness_upgrade_matrix_84113c4e,node_agent_mmd_llm_model_layer_llmlayer_validate_prom_9880f764,node_agent_mmd_memory_vector_layer_memorylayer_valida_c52c4db8,validate_runtime_packet_schemas_bc3ba8ec,node_agent_mmd_llm_model_layer_llmlayer_validate_syst_5636156e,node_agent_mmd_memory_vector_layer_memorylayer_valida_db599a97,validate_workflow_contracts_33dc063c,branch_protect_core_a8feb0fd,node_agent_mmd_tool_layer_toollayer_ci_migrate_core_c_049f8460,node_agent_mmd_memory_vector_layer_memorylayer_ci_mig_0cd5b1a4,context_health_80bb7da9,node_agent_mmd_llm_model_layer_llmlayer_context_conte_ad2dfbd9,node_agent_mmd_memory_vector_layer_memorylayer_contex_78ceaaa9,docs_gate_core_eb9b6c18,node_agent_mmd_llm_model_layer_llmlayer_index_context_1041bd11,node_agent_mmd_memory_vector_layer_memorylayer_index__6f3402d0,local_memory_preflight_dcc36c42,memory_gate_a577a506,pattern_scope_siblings_43abe000,review_context_ca6cf81d,node_agent_mmd_tool_layer_toollayer_review_gate_core__7704598b,node_agent_mmd_memory_vector_layer_memorylayer_review_5bee9816,node_agent_mmd_llm_model_layer_llmlayer_search_search_66b9a911,node_agent_mmd_memory_vector_layer_memorylayer_search_ac35cb7e,session_context_e5ec72c0,node_agent_mmd_orchestration_layer_orchestration_tool_acfe0c01,node_agent_mmd_memory_vector_layer_memorylayer_toolin_a1185b8f,run_local_memory_preflight_36e92808,node_agent_mmd_orchestration_layer_orchestration_chec_0550c395,node_agent_mmd_tool_layer_toollayer_checker_checker_2_453d593b,node_agent_mmd_memory_vector_layer_memorylayer_checke_a583eb4f,node_agent_mmd_orchestration_layer_orchestration_cont_61b3b9c9,node_agent_mmd_llm_model_layer_llmlayer_context_healt_cfc0bfa8,node_agent_mmd_memory_vector_layer_memorylayer_contex_3204aa0e,node_agent_mmd_orchestration_layer_orchestration_type_4f906dcc,node_agent_mmd_memory_vector_layer_memorylayer_types__9ad640a0,branch_protect_sync_570adb18,node_agent_mmd_tool_layer_toollayer_command_capabilit_e97a4615,node_agent_mmd_memory_vector_layer_memorylayer_comman_c72a5d05,node_agent_mmd_orchestration_layer_orchestration_comm_1f8cc24c,node_agent_mmd_llm_model_layer_llmlayer_command_specs_782af9fa,node_agent_mmd_memory_vector_layer_memorylayer_comman_111eb454,local_memory_preflight_command_spec_9e23f3ce,memory_gate_command_spec_dc9001a9,review_gate_command_spec_3187376a,session_context_command_spec_973afbb1,node_agent_mmd_llm_model_layer_llmlayer_constants_con_c9bd3f6c,node_agent_mmd_memory_vector_layer_memorylayer_consta_702d3f46,context_compact_policy_3dcaf95d,node_agent_mmd_llm_model_layer_llmlayer_index_index_1_02e160ff,node_agent_mmd_memory_vector_layer_memorylayer_index__752bc61e,node_agent_mmd_llm_model_layer_llmlayer_indexer_index_4f4deef5,node_agent_mmd_memory_vector_layer_memorylayer_indexe_93e6d86f,init_error_5c7dd49f,lexical_fallback_723e2b3e,node_agent_mmd_llm_model_layer_llmlayer_ollama_ollama_968b23fa,node_agent_mmd_memory_vector_layer_memorylayer_ollama_6d51be16,rollout_a4fa034c,sources_878a52fc,store_824d80d7,node_agent_mmd_llm_model_layer_llmlayer_sync_contract_9f3cc8c1,node_agent_mmd_memory_vector_layer_memorylayer_sync_c_e43418bc,types_8_f6283648,harness_run_context_ac7c77a9,index_4_013aa0e3,json_schema_core_96d7e328,node_agent_mmd_orchestration_layer_orchestration_poli_3270b55d,node_agent_mmd_tool_layer_toollayer_policy_validators_af136abf,node_agent_mmd_memory_vector_layer_memorylayer_policy_1944de42,node_agent_mmd_orchestration_layer_orchestration_type_7cf81261,node_agent_mmd_tool_layer_toollayer_types_core_types__6c8319b6,node_agent_mmd_memory_vector_layer_memorylayer_types__83f369fa,node_agent_mmd_orchestration_layer_orchestration_vali_d9fe99e6,node_agent_mmd_tool_layer_toollayer_validator_core_va_6ef6131f,node_agent_mmd_memory_vector_layer_memorylayer_valida_41034356,node_agent_mmd_orchestration_layer_orchestration_init_2a9c3ecb,node_agent_mmd_memory_vector_layer_memorylayer_init_m_333d02c5,node_agent_mmd_orchestration_layer_orchestration_proj_6ab6f60f,node_agent_mmd_memory_vector_layer_memorylayer_projec_3ae304d9,scaffold_diagram_templates_dd88e83c,node_agent_mmd_orchestration_layer_orchestration_scaf_12cc07db,node_agent_mmd_memory_vector_layer_memorylayer_scaffo_5fd73b94,node_agent_mmd_orchestration_layer_orchestration_scaf_c9a90c2f,node_agent_mmd_tool_layer_toollayer_scaffold_environm_c1afc013,node_agent_mmd_memory_vector_layer_memorylayer_scaffo_12b42341,scaffold_root_command_templates_404fed7f,scaffold_script_template_registry_69312d4e,scaffold_shell_templates_0ad0f915,scaffold_surfaces_12d6494e,node_agent_mmd_orchestration_layer_orchestration_scaf_ff8f92f6,node_agent_mmd_memory_vector_layer_memorylayer_scaffo_a86eece1,scaffold_workflow_template_92310587,eval_seed_5699fd3e,index_10_f6785a46,review_context_1_e3afed15,memory_gate_1_265164ac,branch_enforcer_acb749cd,cli_args_5_09ea29f0,node_agent_mmd_tool_layer_toollayer_cli_cli_2_1_32d9eeaf,node_agent_mmd_memory_vector_layer_memorylayer_cli_cl_1f1f89ab,node_agent_mmd_tool_layer_toollayer_metrics_tracker_m_4c9237d8,node_agent_mmd_memory_vector_layer_memorylayer_metric_12562178,types_19_eb4ad5f0,validator_5_b19ac2be,node_agent_mmd_orchestration_layer_orchestration_clas_899b821a,node_agent_mmd_memory_vector_layer_memorylayer_classi_1ebbf5ff,node_agent_mmd_orchestration_layer_orchestration_tool_cc43149f,node_agent_mmd_tool_layer_toollayer_tooling_baseline__61e66e9f,node_agent_mmd_memory_vector_layer_memorylayer_toolin_14f86b00,claim_helpers_20dc8387,types_24_c63dc1a7,local_memory_smoke_1175abfc,local_memory_0db17ecc,performance_overload_c685bfcf,node_agent_mmd_orchestration_layer_orchestration_sugg_85c5ebe3,node_agent_mmd_memory_vector_layer_memorylayer_sugges_267f408d,node_agent_mmd_orchestration_layer_orchestration_prom_d17b4de2,node_agent_mmd_llm_model_layer_llmlayer_prompt_contex_81f9066a,node_agent_mmd_tool_layer_toollayer_prompt_context_dr_a2772f2b,node_agent_mmd_memory_vector_layer_memorylayer_prompt_ae34fc43,node_agent_mmd_orchestration_layer_orchestration_prom_77088997,node_agent_mmd_llm_model_layer_llmlayer_prompt_contex_e5066b88,node_agent_mmd_tool_layer_toollayer_prompt_context_dr_bd82da46,node_agent_mmd_memory_vector_layer_memorylayer_prompt_efd77624,node_agent_mmd_llm_model_layer_llmlayer_prompt_contex_6426acc2,node_agent_mmd_memory_vector_layer_memorylayer_prompt_55c0d605,types_31_eb363e20,policy_1_fc4198db,node_agent_mmd_tool_layer_toollayer_runtime_card_code_3636ceac,node_agent_mmd_memory_vector_layer_memorylayer_runtim_a5d23e7f,cli_11_338a8415,collector_0736fd5b,types_34_85e6a0bb,overload_guard_2748c559 memNode
